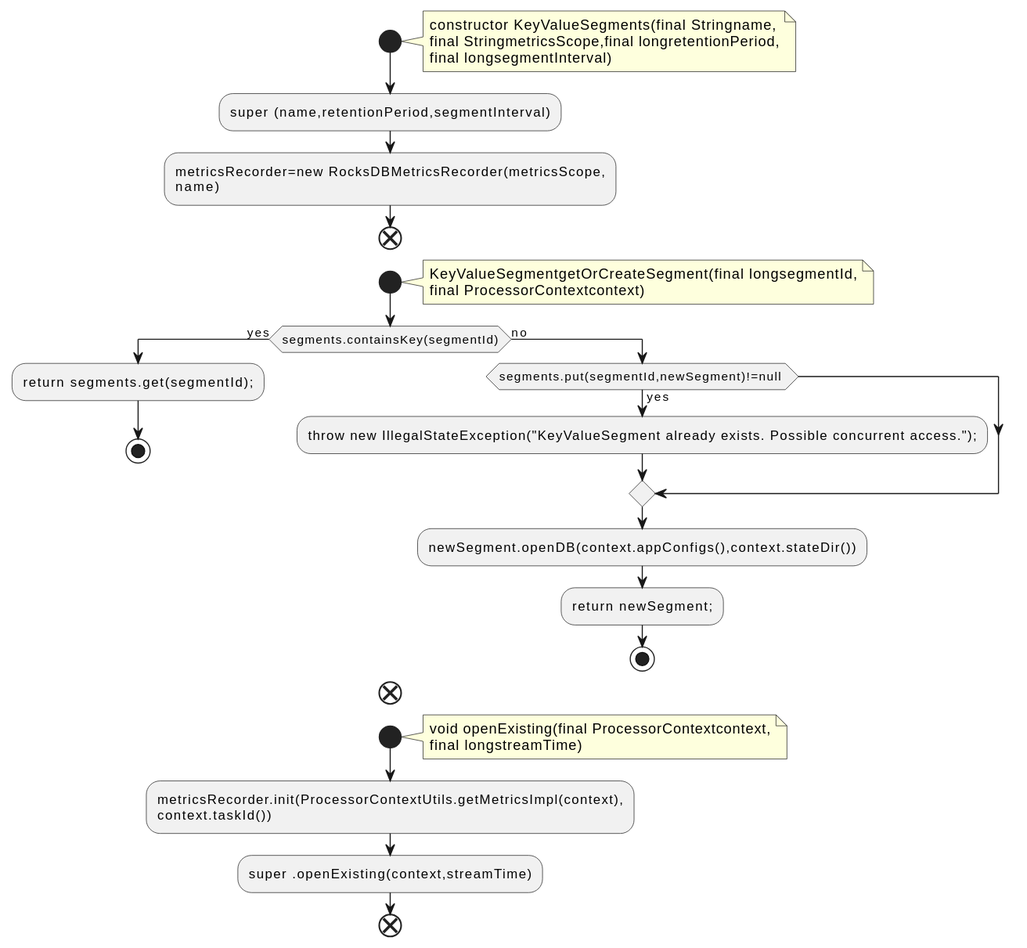
qualitesys/kafka keeps this PlantUML diagram as docs/qc/streams/src/main/java/org/apache/kafka/streams/state/internals/KeyValueSegments.java.fct.svg. Above is the earlier version.
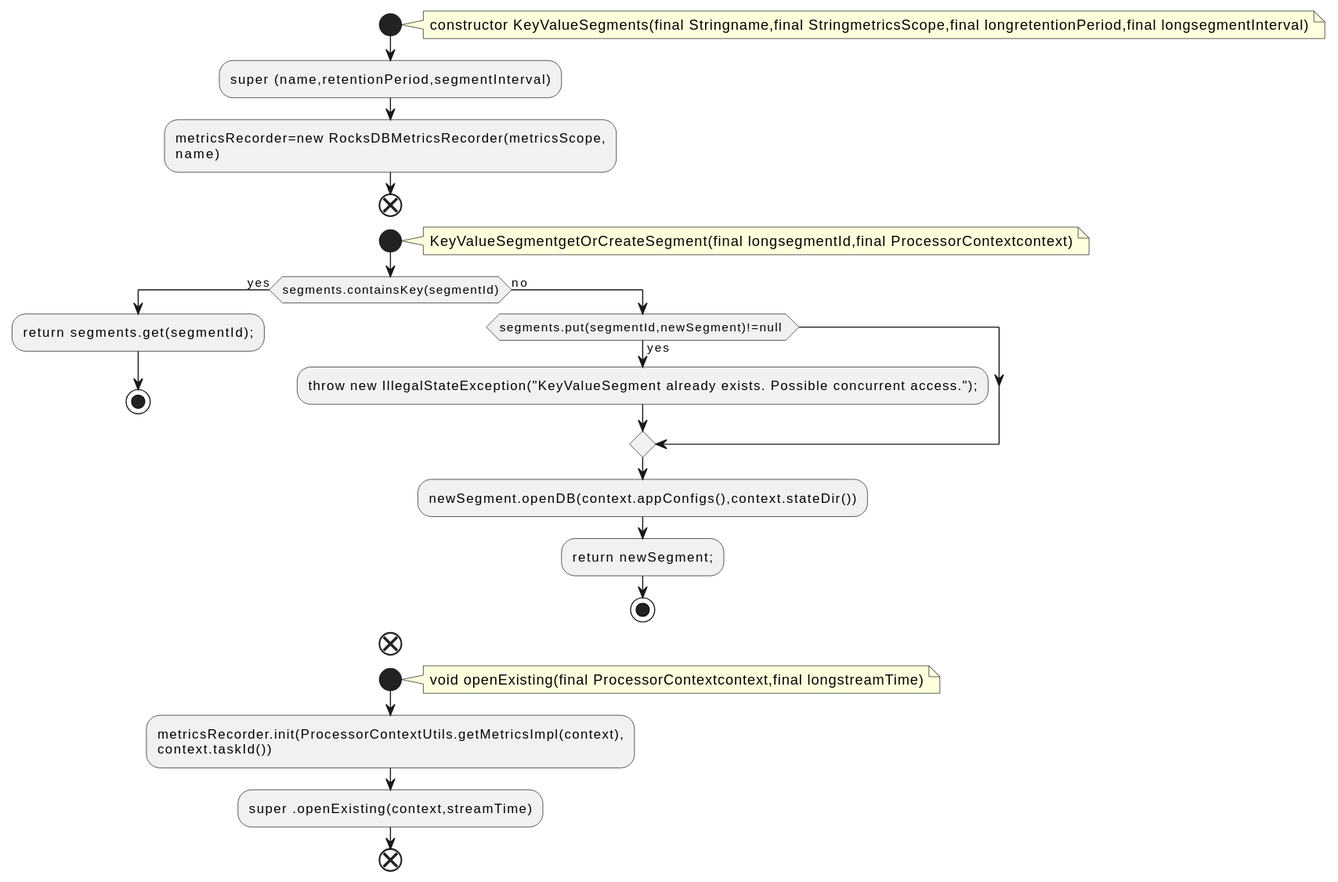
The same diagram one commit later.

What changed in the source:
```diff
@@ -2,9 +2,7 @@
 !pragma layout smetana
 start
 note right
-constructor KeyValueSegments(final Stringname,
-final StringmetricsScope,final longretentionPeriod,
-final longsegmentInterval)
+constructor KeyValueSegments(final Stringname,final StringmetricsScope,final longretentionPeriod,final longsegmentInterval)
 end note
 :super (name,retentionPeriod,segmentInterval);
 :metricsRecorder=new RocksDBMetricsRecorder(metricsScope,
@@ -12,8 +10,7 @@
 end
 start
 note right
-KeyValueSegmentgetOrCreateSegment(final longsegmentId,
-final ProcessorContextcontext)
+KeyValueSegmentgetOrCreateSegment(final longsegmentId,final ProcessorContextcontext)
 end note
 if (segments.containsKey(segmentId)) then (yes)
 :return segments.get(segmentId);;
@@ -29,8 +26,7 @@
 end
 start
 note right
-void openExisting(final ProcessorContextcontext,
-final longstreamTime)
+void openExisting(final ProcessorContextcontext,final longstreamTime)
 end note
 :metricsRecorder.init(ProcessorContextUtils.getMetricsImpl(context),
 context.taskId());
```
